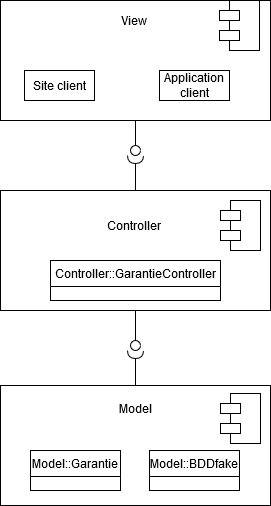
This is diagramme_composant.png from Roxane14/TP_archi, a draw.io export, as it was before one commit. Source tidied: cells renumbered, new cells last; positions are measured from the earlier drawing's top-left corner, leaving out a move shared by most shapes. Its diagram source:
```xml
<mxGraphModel>
  <root>
    <mxCell id="0" />
    <mxCell id="1" parent="0" />
    <mxCell id="2" style="rounded=0;whiteSpace=wrap;html=1;" parent="1" vertex="1">
      <mxGeometry width="270" height="120" as="geometry" />
    </mxCell>
    <mxCell id="3" style="rounded=0;whiteSpace=wrap;html=1;" parent="1" vertex="1">
      <mxGeometry x="229" width="30" height="50" as="geometry" />
    </mxCell>
    <mxCell id="4" value="View" style="text;html=1;strokeColor=none;fillColor=none;align=center;verticalAlign=middle;whiteSpace=wrap;rounded=0;" parent="1" vertex="1">
      <mxGeometry x="114" y="10" width="40" height="20" as="geometry" />
    </mxCell>
    <mxCell id="5" value="Site client" style="rounded=0;whiteSpace=wrap;html=1;" parent="1" vertex="1">
      <mxGeometry x="24" y="70" width="70" height="30" as="geometry" />
    </mxCell>
    <mxCell id="6" value="Application client" style="rounded=0;whiteSpace=wrap;html=1;" parent="1" vertex="1">
      <mxGeometry x="159" y="70" width="70" height="30" as="geometry" />
    </mxCell>
    <mxCell id="7" style="rounded=0;whiteSpace=wrap;html=1;" parent="1" vertex="1">
      <mxGeometry y="190" width="270" height="120" as="geometry" />
    </mxCell>
    <mxCell id="8" value="Controller" style="text;html=1;strokeColor=none;fillColor=none;align=center;verticalAlign=middle;whiteSpace=wrap;rounded=0;" parent="1" vertex="1">
      <mxGeometry x="114" y="215" width="40" height="20" as="geometry" />
    </mxCell>
    <mxCell id="9" style="rounded=0;whiteSpace=wrap;html=1;" parent="1" vertex="1">
      <mxGeometry y="385" width="270" height="120" as="geometry" />
    </mxCell>
    <mxCell id="10" value="Model" style="text;html=1;strokeColor=none;fillColor=none;align=center;verticalAlign=middle;whiteSpace=wrap;rounded=0;" parent="1" vertex="1">
      <mxGeometry x="115" y="398" width="40" height="20" as="geometry" />
    </mxCell>
    <mxCell id="11" style="rounded=0;whiteSpace=wrap;html=1;" parent="1" vertex="1">
      <mxGeometry x="219" y="10" width="20" height="10" as="geometry" />
    </mxCell>
    <mxCell id="12" style="rounded=0;whiteSpace=wrap;html=1;" parent="1" vertex="1">
      <mxGeometry x="219" y="30" width="20" height="10" as="geometry" />
    </mxCell>
    <mxCell id="13" style="rounded=0;whiteSpace=wrap;html=1;" parent="1" vertex="1">
      <mxGeometry x="230" y="200" width="30" height="50" as="geometry" />
    </mxCell>
    <mxCell id="14" style="rounded=0;whiteSpace=wrap;html=1;" parent="1" vertex="1">
      <mxGeometry x="220" y="210" width="20" height="10" as="geometry" />
    </mxCell>
    <mxCell id="15" style="rounded=0;whiteSpace=wrap;html=1;" parent="1" vertex="1">
      <mxGeometry x="220" y="230" width="20" height="10" as="geometry" />
    </mxCell>
    <mxCell id="16" style="rounded=0;whiteSpace=wrap;html=1;" parent="1" vertex="1">
      <mxGeometry x="230" y="393" width="30" height="50" as="geometry" />
    </mxCell>
    <mxCell id="17" style="rounded=0;whiteSpace=wrap;html=1;" parent="1" vertex="1">
      <mxGeometry x="220" y="403" width="20" height="10" as="geometry" />
    </mxCell>
    <mxCell id="18" style="rounded=0;whiteSpace=wrap;html=1;" parent="1" vertex="1">
      <mxGeometry x="220" y="423" width="20" height="10" as="geometry" />
    </mxCell>
    <mxCell id="19" style="rounded=0;jettySize=auto;html=1;endArrow=none;endFill=0;exitX=0.5;exitY=1;exitDx=0;exitDy=0;" parent="1" edge="1" source="7" target="20">
      <mxGeometry relative="1" as="geometry" />
    </mxCell>
    <mxCell id="20" style="ellipse;whiteSpace=wrap;html=1;fontFamily=Helvetica;fontSize=12;fontColor=#000000;align=center;strokeColor=#000000;fillColor=#ffffff;points=[];" parent="1" vertex="1">
      <mxGeometry x="130" y="340" width="10" height="10" as="geometry" />
    </mxCell>
    <mxCell id="21" style="rounded=0;jettySize=auto;html=1;endArrow=halfCircle;endFill=0;endSize=6;strokeWidth=1;exitX=0.5;exitY=0;exitDx=0;exitDy=0;" parent="1" edge="1" source="9" target="20">
      <mxGeometry relative="1" as="geometry" />
    </mxCell>
    <mxCell id="22" style="ellipse;whiteSpace=wrap;html=1;fontFamily=Helvetica;fontSize=12;fontColor=#000000;align=center;strokeColor=#000000;fillColor=#ffffff;points=[];" parent="1" vertex="1">
      <mxGeometry x="130" y="145" width="10" height="10" as="geometry" />
    </mxCell>
    <mxCell id="23" style="rounded=0;jettySize=auto;html=1;endArrow=halfCircle;endFill=0;endSize=6;strokeWidth=1;exitX=0.5;exitY=0;exitDx=0;exitDy=0;" parent="1" edge="1" target="22">
      <mxGeometry relative="1" as="geometry">
        <mxPoint x="135" y="190" as="sourcePoint" />
      </mxGeometry>
    </mxCell>
    <mxCell id="24" style="rounded=0;jettySize=auto;html=1;endArrow=none;endFill=0;" parent="1" edge="1" source="2">
      <mxGeometry relative="1" as="geometry">
        <mxPoint x="135" y="145" as="targetPoint" />
      </mxGeometry>
    </mxCell>
    <mxCell id="25" value="Model::BDDfake" style="swimlane;fontStyle=0;horizontal=1;startSize=26;fillColor=none;" parent="1" vertex="1">
      <mxGeometry x="149" y="450" width="90" height="40" as="geometry" />
    </mxCell>
    <mxCell id="26" value="Model::Garantie" style="swimlane;fontStyle=0;horizontal=1;startSize=26;fillColor=none;" parent="1" vertex="1">
      <mxGeometry x="30" y="450" width="90" height="40" as="geometry" />
    </mxCell>
    <mxCell id="27" value="Controller::GarantieController" style="swimlane;fontStyle=0;horizontal=1;startSize=26;fillColor=none;" parent="1" vertex="1">
      <mxGeometry x="50" y="260" width="170" height="40" as="geometry" />
    </mxCell>
  </root>
</mxGraphModel>
```
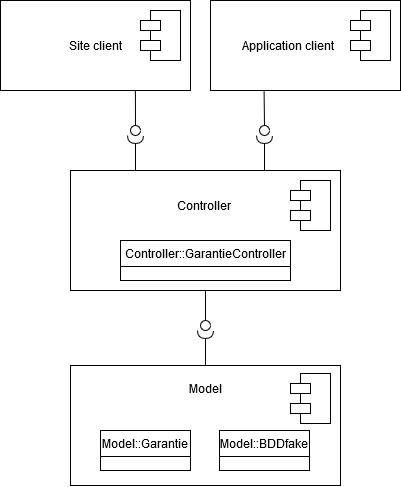
Later version of the same file.

Change to the diagram source:
```diff
@@ -2,20 +2,14 @@
   <root>
     <mxCell id="0" />
     <mxCell id="1" parent="0" />
-    <mxCell id="2" style="rounded=0;whiteSpace=wrap;html=1;" parent="1" vertex="1">
-      <mxGeometry width="270" height="120" as="geometry" />
-    </mxCell>
+    <mxCell id="5" value="Site client" style="rounded=0;whiteSpace=wrap;html=1;" parent="1" vertex="1">
+      <mxGeometry x="-70" y="20" width="190" height="90" as="geometry" />
+    </mxCell>
     <mxCell id="3" style="rounded=0;whiteSpace=wrap;html=1;" parent="1" vertex="1">
-      <mxGeometry x="229" width="30" height="50" as="geometry" />
+      <mxGeometry x="80" y="30" width="30" height="50" as="geometry" />
     </mxCell>
-    <mxCell id="4" value="View" style="text;html=1;strokeColor=none;fillColor=none;align=center;verticalAlign=middle;whiteSpace=wrap;rounded=0;" parent="1" vertex="1">
-      <mxGeometry x="114" y="10" width="40" height="20" as="geometry" />
-    </mxCell>
-    <mxCell id="5" value="Site client" style="rounded=0;whiteSpace=wrap;html=1;" parent="1" vertex="1">
-      <mxGeometry x="24" y="70" width="70" height="30" as="geometry" />
-    </mxCell>
-    <mxCell id="6" value="Application client" style="rounded=0;whiteSpace=wrap;html=1;" parent="1" vertex="1">
-      <mxGeometry x="159" y="70" width="70" height="30" as="geometry" />
+    <mxCell id="6" value="&lt;div align=&quot;center&quot;&gt;Application client&amp;nbsp;&amp;nbsp;&amp;nbsp;&amp;nbsp;&amp;nbsp;&amp;nbsp;&amp;nbsp;&amp;nbsp;&amp;nbsp;&amp;nbsp;&amp;nbsp; &lt;br&gt;&lt;/div&gt;" style="rounded=0;whiteSpace=wrap;html=1;align=center;" parent="1" vertex="1">
+      <mxGeometry x="140" y="20" width="190" height="90" as="geometry" />
     </mxCell>
     <mxCell id="7" style="rounded=0;whiteSpace=wrap;html=1;" parent="1" vertex="1">
       <mxGeometry y="190" width="270" height="120" as="geometry" />
@@ -30,10 +24,10 @@
       <mxGeometry x="115" y="398" width="40" height="20" as="geometry" />
     </mxCell>
     <mxCell id="11" style="rounded=0;whiteSpace=wrap;html=1;" parent="1" vertex="1">
-      <mxGeometry x="219" y="10" width="20" height="10" as="geometry" />
+      <mxGeometry x="70" y="40" width="20" height="10" as="geometry" />
     </mxCell>
     <mxCell id="12" style="rounded=0;whiteSpace=wrap;html=1;" parent="1" vertex="1">
-      <mxGeometry x="219" y="30" width="20" height="10" as="geometry" />
+      <mxGeometry x="70" y="60" width="20" height="10" as="geometry" />
     </mxCell>
     <mxCell id="13" style="rounded=0;whiteSpace=wrap;html=1;" parent="1" vertex="1">
       <mxGeometry x="230" y="200" width="30" height="50" as="geometry" />
@@ -62,19 +56,6 @@
     <mxCell id="21" style="rounded=0;jettySize=auto;html=1;endArrow=halfCircle;endFill=0;endSize=6;strokeWidth=1;exitX=0.5;exitY=0;exitDx=0;exitDy=0;" parent="1" edge="1" source="9" target="20">
       <mxGeometry relative="1" as="geometry" />
     </mxCell>
-    <mxCell id="22" style="ellipse;whiteSpace=wrap;html=1;fontFamily=Helvetica;fontSize=12;fontColor=#000000;align=center;strokeColor=#000000;fillColor=#ffffff;points=[];" parent="1" vertex="1">
-      <mxGeometry x="130" y="145" width="10" height="10" as="geometry" />
-    </mxCell>
-    <mxCell id="23" style="rounded=0;jettySize=auto;html=1;endArrow=halfCircle;endFill=0;endSize=6;strokeWidth=1;exitX=0.5;exitY=0;exitDx=0;exitDy=0;" parent="1" edge="1" target="22">
-      <mxGeometry relative="1" as="geometry">
-        <mxPoint x="135" y="190" as="sourcePoint" />
-      </mxGeometry>
-    </mxCell>
-    <mxCell id="24" style="rounded=0;jettySize=auto;html=1;endArrow=none;endFill=0;" parent="1" edge="1" source="2">
-      <mxGeometry relative="1" as="geometry">
-        <mxPoint x="135" y="145" as="targetPoint" />
-      </mxGeometry>
-    </mxCell>
     <mxCell id="25" value="Model::BDDfake" style="swimlane;fontStyle=0;horizontal=1;startSize=26;fillColor=none;" parent="1" vertex="1">
       <mxGeometry x="149" y="450" width="90" height="40" as="geometry" />
     </mxCell>
@@ -84,5 +65,36 @@
     <mxCell id="27" value="Controller::GarantieController" style="swimlane;fontStyle=0;horizontal=1;startSize=26;fillColor=none;" parent="1" vertex="1">
       <mxGeometry x="50" y="260" width="170" height="40" as="geometry" />
     </mxCell>
+    <mxCell id="28" style="rounded=0;jettySize=auto;html=1;endArrow=none;endFill=0;exitX=0.71;exitY=0.998;exitDx=0;exitDy=0;exitPerimeter=0;" parent="1" edge="1" source="5" target="29">
+      <mxGeometry relative="1" as="geometry" />
+    </mxCell>
+    <mxCell id="29" style="ellipse;whiteSpace=wrap;html=1;fontFamily=Helvetica;fontSize=12;fontColor=#000000;align=center;strokeColor=#000000;fillColor=#ffffff;points=[];" parent="1" vertex="1">
+      <mxGeometry x="60" y="145" width="10" height="10" as="geometry" />
+    </mxCell>
+    <mxCell id="30" style="rounded=0;jettySize=auto;html=1;endArrow=halfCircle;endFill=0;endSize=6;strokeWidth=1;exitX=0.5;exitY=0;exitDx=0;exitDy=0;" parent="1" edge="1" target="29">
+      <mxGeometry relative="1" as="geometry">
+        <mxPoint x="65" y="190" as="sourcePoint" />
+      </mxGeometry>
+    </mxCell>
+    <mxCell id="31" style="rounded=0;jettySize=auto;html=1;endArrow=none;endFill=0;exitX=0.282;exitY=1.002;exitDx=0;exitDy=0;exitPerimeter=0;" parent="1" edge="1" source="6" target="32">
+      <mxGeometry relative="1" as="geometry" />
+    </mxCell>
+    <mxCell id="32" style="ellipse;whiteSpace=wrap;html=1;fontFamily=Helvetica;fontSize=12;fontColor=#000000;align=center;strokeColor=#000000;fillColor=#ffffff;points=[];" parent="1" vertex="1">
+      <mxGeometry x="189" y="145" width="10" height="10" as="geometry" />
+    </mxCell>
+    <mxCell id="33" style="rounded=0;jettySize=auto;html=1;endArrow=halfCircle;endFill=0;endSize=6;strokeWidth=1;exitX=0.5;exitY=0;exitDx=0;exitDy=0;" parent="1" edge="1" target="32">
+      <mxGeometry relative="1" as="geometry">
+        <mxPoint x="194" y="190" as="sourcePoint" />
+      </mxGeometry>
+    </mxCell>
+    <mxCell id="34" style="rounded=0;whiteSpace=wrap;html=1;" parent="1" vertex="1">
+      <mxGeometry x="290" y="30" width="30" height="50" as="geometry" />
+    </mxCell>
+    <mxCell id="35" style="rounded=0;whiteSpace=wrap;html=1;" parent="1" vertex="1">
+      <mxGeometry x="280" y="40" width="20" height="10" as="geometry" />
+    </mxCell>
+    <mxCell id="36" style="rounded=0;whiteSpace=wrap;html=1;" parent="1" vertex="1">
+      <mxGeometry x="280" y="60" width="20" height="10" as="geometry" />
+    </mxCell>
   </root>
 </mxGraphModel>
```
